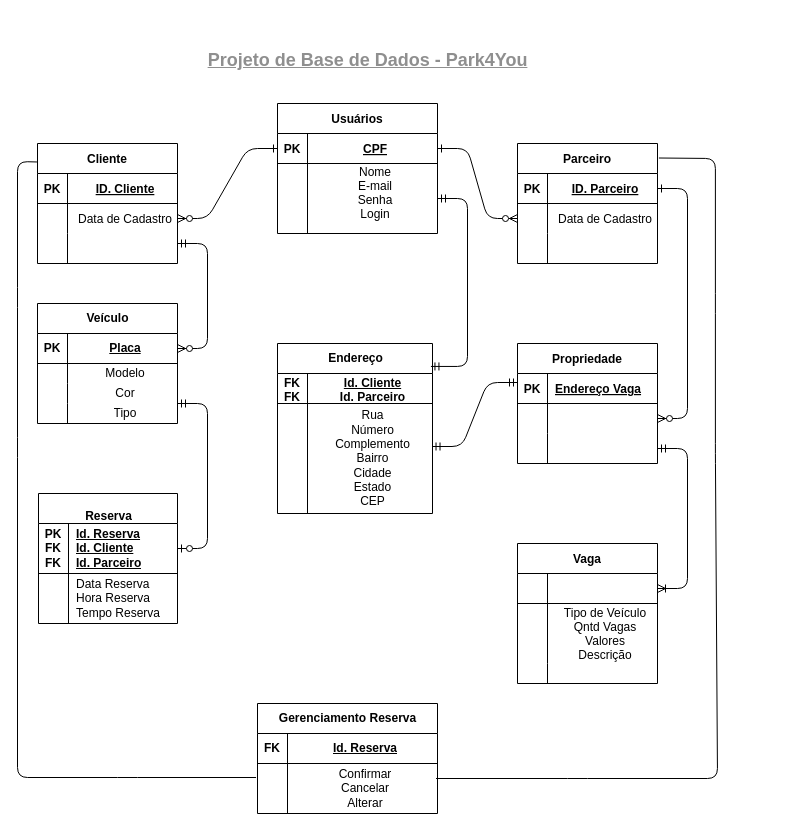
This is docs/Diagrama/Diagrama sem nome.drawio from ICEI-PUC-Minas-PMV-ADS/pmv-ads-2023-2-e2-proj-int-t3-park4you, a draw.io file, before an edit. Source tidied: cells renumbered, new cells numbered last; positions are measured from the earlier drawing's top-left corner, leaving out a move shared by most shapes. Both pictures are drawn from the tidied source at 100%, with x=0, y=0 at pixel (17, 40). Pictures stored in the file or linked from it are replaced by grey dashed boxes.
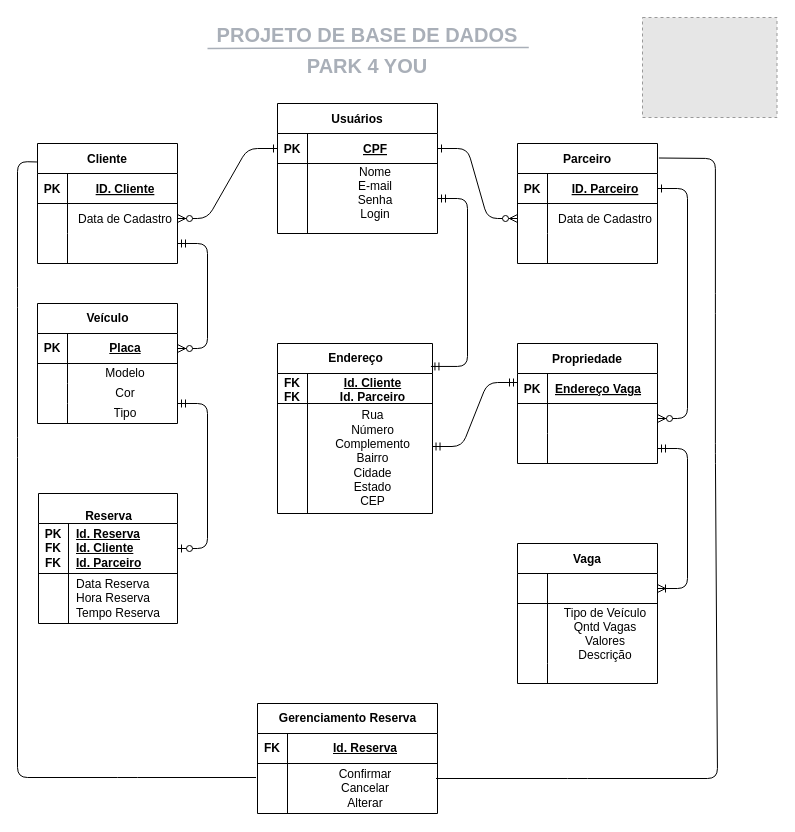
Above is the later version.

Commit message:
Atualização Projeto de Base de Dados.drawio

What changed in the source:
```diff
@@
-    <mxCell id="93" value="Projeto de Base de Dados - Park4You" style="text;html=1;align=center;verticalAlign=middle;strokeColor=none;fillColor=none;fontStyle=5;fontColor=#8F8F8F;fontSize=18;fontFamily=Helvetica;" parent="1" vertex="1">
-      <mxGeometry x="180" width="340" height="40" as="geometry" />
-    </mxCell>
+    <mxCell id="94" style="fillColor=#E6E6E6;strokeColor=#999999;dashed=1;verticalLabelPosition=bottom;labelBackgroundColor=default;verticalAlign=top;" parent="1" vertex="1">
+      <mxGeometry x="625" y="-23" width="134.5" height="100" as="geometry" />
+    </mxCell>
+    <mxCell id="95" value="&lt;font style=&quot;font-size: 20px;&quot;&gt;PROJETO DE BASE DE DADOS&lt;/font&gt;" style="points=[[0.688,0.967,0]];html=1;overflow=block;blockSpacing=1;whiteSpace=wrap;fontSize=19.7;fontColor=#a9afb8;fontStyle=1;align=center;spacingLeft=7;spacingRight=7;spacingTop=2;spacing=3;strokeOpacity=0;fillOpacity=0;rounded=1;absoluteArcSize=1;arcSize=12;fillColor=#ffffff;strokeWidth=1.5;lucidId=U7PNEHNEvIEY;" parent="1" vertex="1">
+      <mxGeometry x="30" y="-23" width="640" height="31" as="geometry" />
+    </mxCell>
+    <mxCell id="96" value="&lt;b&gt;PARK 4 YOU&lt;/b&gt;" style="html=1;overflow=block;blockSpacing=1;whiteSpace=wrap;fontSize=20;fontColor=#a9afb8;align=center;spacingLeft=7;spacingRight=7;spacingTop=2;spacing=3;strokeOpacity=0;fillOpacity=0;rounded=1;absoluteArcSize=1;arcSize=12;fillColor=#ffffff;strokeWidth=1.5;lucidId=U7PNwYMRwzRe;" parent="1" vertex="1">
+      <mxGeometry x="30" y="8" width="640" height="14" as="geometry" />
+    </mxCell>
+    <mxCell id="97" style="html=1;jettySize=18;whiteSpace=wrap;overflow=block;blockSpacing=1;fontSize=13;strokeColor=#a9afb8;strokeOpacity=100;strokeWidth=1.5;rounded=0;startArrow=none;endArrow=none;entryX=0.752;entryY=0.968;entryPerimeter=0;lucidId=U7PNrnxMDtur;entryDx=0;entryDy=0;exitX=0.25;exitY=0;exitDx=0;exitDy=0;" parent="1" edge="1" source="96" target="95">
+      <mxGeometry relative="1" as="geometry" />
+    </mxCell>
```
